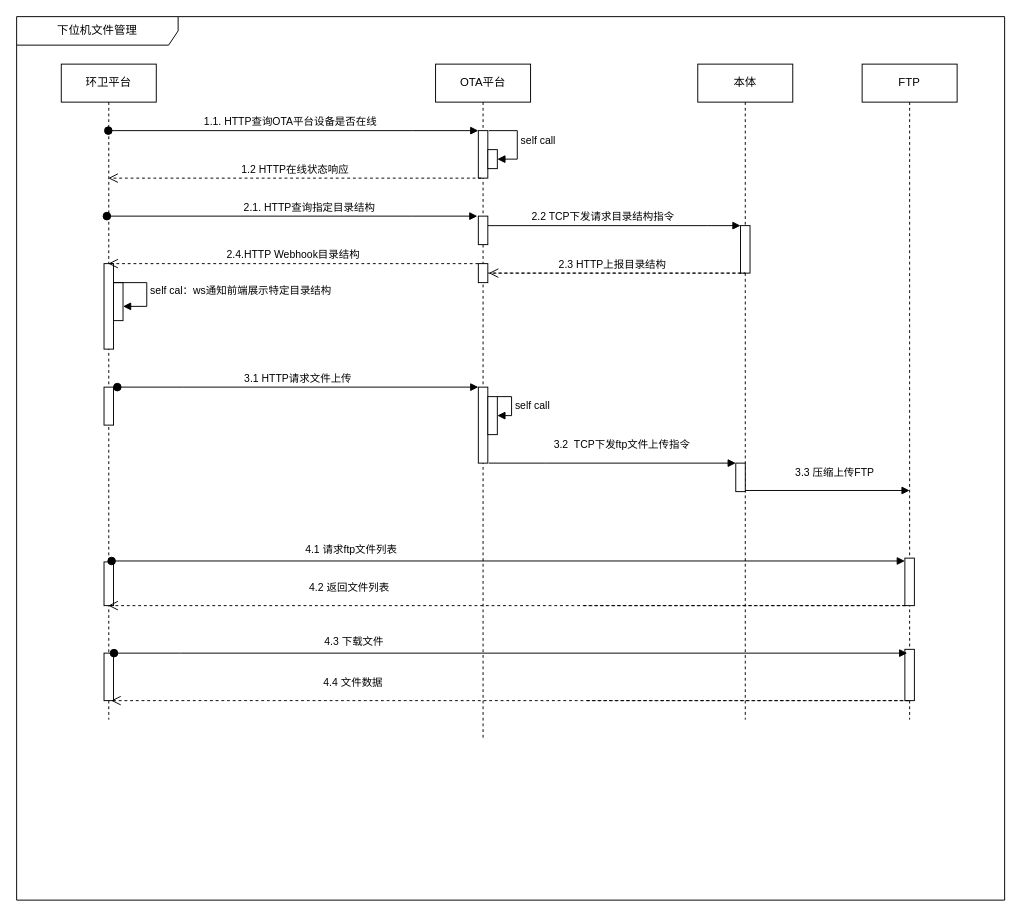
Before: 未命名绘图.drawio in leegaox/draw, a draw.io diagram. Source tidied: cells renumbered, new cells numbered last; positions are measured from the earlier drawing's top-left corner, leaving out a move shared by most shapes. Both pictures are drawn from the tidied source at 95%, with x=0, y=0 at pixel (16, 16).
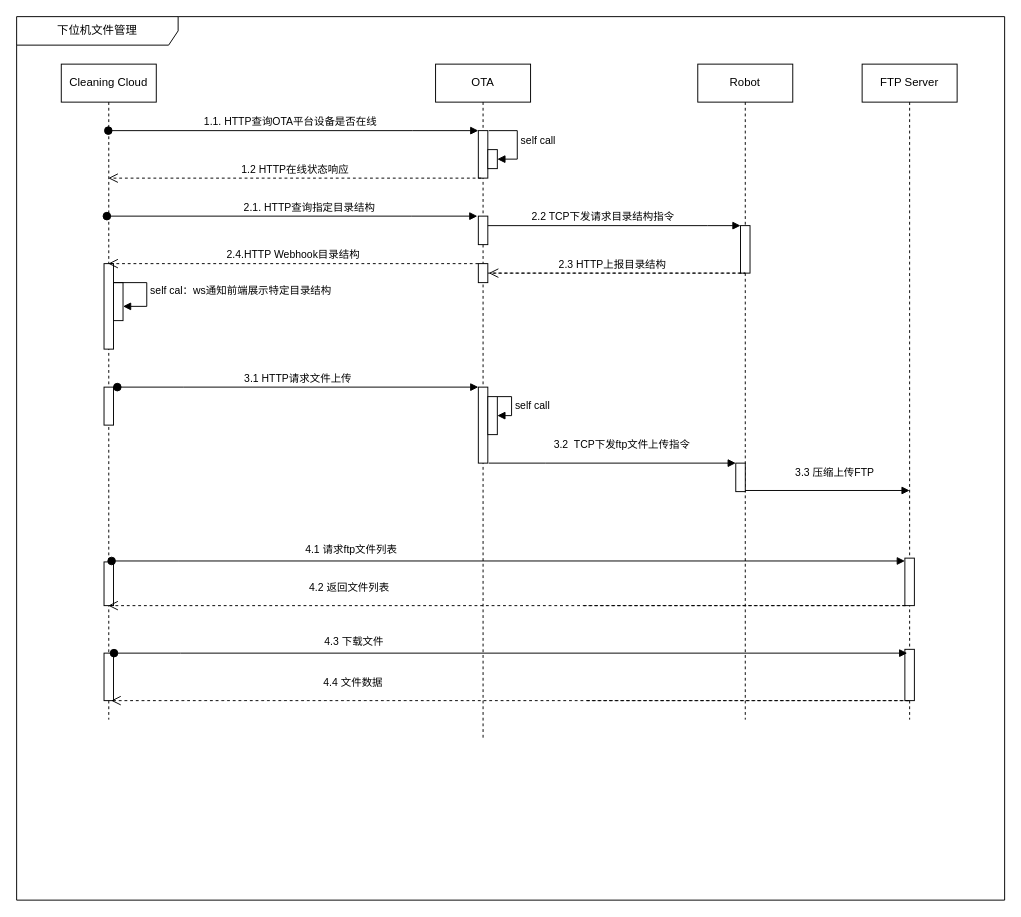
Above is the later version.

Commit message:
更新未命名绘图.drawio

Diff of the diagram source:
```diff
@@
-    <mxCell id="2" value="本体" style="shape=umlLifeline;perimeter=lifelinePerimeter;whiteSpace=wrap;html=1;newEdgeStyle={&quot;edgeStyle&quot;:&quot;elbowEdgeStyle&quot;,&quot;elbow&quot;:&quot;vertical&quot;,&quot;curved&quot;:0,&quot;rounded&quot;:0};" parent="1" vertex="1">
+    <mxCell id="2" value="Robot" style="shape=umlLifeline;perimeter=lifelinePerimeter;whiteSpace=wrap;html=1;newEdgeStyle={&quot;edgeStyle&quot;:&quot;elbowEdgeStyle&quot;,&quot;elbow&quot;:&quot;vertical&quot;,&quot;curved&quot;:0,&quot;rounded&quot;:0};" parent="1" vertex="1">
       <mxGeometry x="717" y="50" width="100" height="690" as="geometry" />
     </mxCell>
@@
-    <mxCell id="4" value="OTA平台" style="shape=umlLifeline;perimeter=lifelinePerimeter;whiteSpace=wrap;html=1;newEdgeStyle={&quot;edgeStyle&quot;:&quot;elbowEdgeStyle&quot;,&quot;elbow&quot;:&quot;vertical&quot;,&quot;curved&quot;:0,&quot;rounded&quot;:0};" parent="1" vertex="1">
+    <mxCell id="4" value="OTA" style="shape=umlLifeline;perimeter=lifelinePerimeter;whiteSpace=wrap;html=1;newEdgeStyle={&quot;edgeStyle&quot;:&quot;elbowEdgeStyle&quot;,&quot;elbow&quot;:&quot;vertical&quot;,&quot;curved&quot;:0,&quot;rounded&quot;:0};" parent="1" vertex="1">
       <mxGeometry x="441" y="50" width="100" height="710" as="geometry" />
     </mxCell>
@@
-    <mxCell id="12" value="环卫平台" style="shape=umlLifeline;perimeter=lifelinePerimeter;whiteSpace=wrap;html=1;outlineConnect=0;portConstraint=eastwest;newEdgeStyle={&quot;edgeStyle&quot;:&quot;elbowEdgeStyle&quot;,&quot;elbow&quot;:&quot;vertical&quot;,&quot;curved&quot;:0,&quot;rounded&quot;:0};" parent="1" vertex="1">
+    <mxCell id="12" value="Cleaning Cloud" style="shape=umlLifeline;perimeter=lifelinePerimeter;whiteSpace=wrap;html=1;outlineConnect=0;portConstraint=eastwest;newEdgeStyle={&quot;edgeStyle&quot;:&quot;elbowEdgeStyle&quot;,&quot;elbow&quot;:&quot;vertical&quot;,&quot;curved&quot;:0,&quot;rounded&quot;:0};" parent="1" vertex="1">
       <mxGeometry x="47" y="50" width="100" height="690" as="geometry" />
     </mxCell>
@@
-    <mxCell id="30" value="FTP" style="shape=umlLifeline;perimeter=lifelinePerimeter;whiteSpace=wrap;html=1;newEdgeStyle={&quot;edgeStyle&quot;:&quot;elbowEdgeStyle&quot;,&quot;elbow&quot;:&quot;vertical&quot;,&quot;curved&quot;:0,&quot;rounded&quot;:0};" parent="1" vertex="1">
+    <mxCell id="30" value="FTP Server" style="shape=umlLifeline;perimeter=lifelinePerimeter;whiteSpace=wrap;html=1;newEdgeStyle={&quot;edgeStyle&quot;:&quot;elbowEdgeStyle&quot;,&quot;elbow&quot;:&quot;vertical&quot;,&quot;curved&quot;:0,&quot;rounded&quot;:0};" parent="1" vertex="1">
       <mxGeometry x="890" y="50" width="100" height="690" as="geometry" />
     </mxCell>
```
